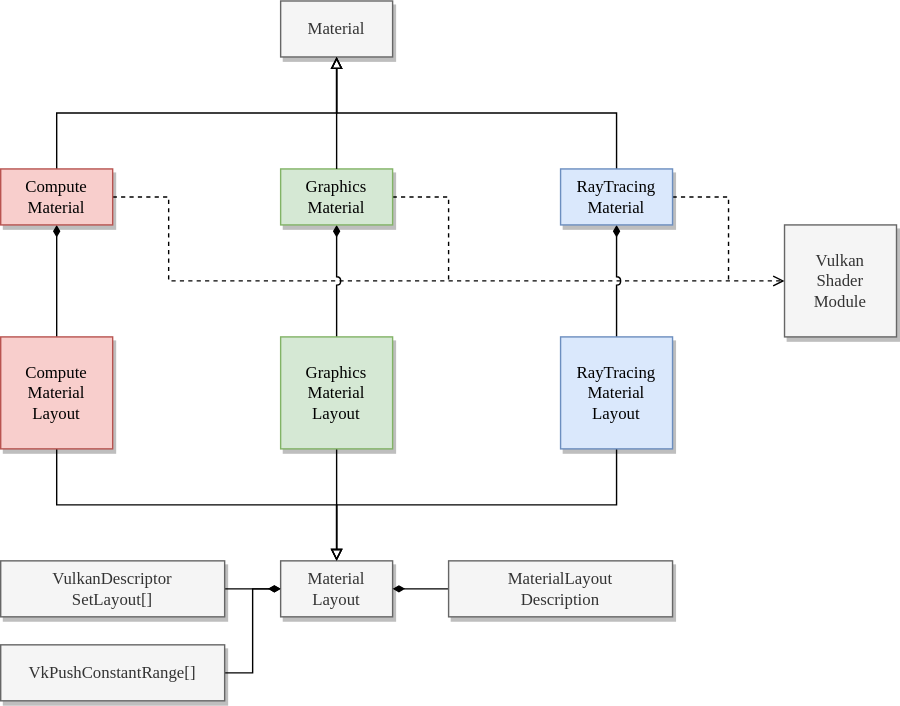
Above: _static/images/material/material_class_diagram.svg in TimZoet/SOL-manual (draw.io), before the change. Source tidied: cells renumbered, new cells last; positions are measured from the earlier drawing's top-left corner, leaving out a move shared by most shapes. Its diagram source:
```xml
<mxGraphModel>
  <root>
    <mxCell id="0" />
    <mxCell id="1" parent="0" />
    <mxCell id="2" value="Material" style="rounded=0;whiteSpace=wrap;html=1;shadow=1;fontFamily=Lucida Console;fillColor=#f5f5f5;fontColor=#333333;strokeColor=#666666;" parent="1" vertex="1">
      <mxGeometry x="200" width="80" height="40" as="geometry" />
    </mxCell>
    <mxCell id="3" style="edgeStyle=orthogonalEdgeStyle;rounded=0;html=1;exitX=0.5;exitY=0;exitDx=0;exitDy=0;endArrow=block;endFill=0;" parent="1" edge="1" source="6" target="2">
      <mxGeometry relative="1" as="geometry" />
    </mxCell>
    <mxCell id="4" style="edgeStyle=orthogonalEdgeStyle;rounded=0;html=1;exitX=0.5;exitY=1;exitDx=0;exitDy=0;entryX=0.5;entryY=0;entryDx=0;entryDy=0;endArrow=none;endFill=0;startArrow=diamondThin;startFill=1;" parent="1" edge="1" source="6" target="15">
      <mxGeometry relative="1" as="geometry" />
    </mxCell>
    <mxCell id="5" style="edgeStyle=orthogonalEdgeStyle;rounded=0;html=1;exitX=1;exitY=0.5;exitDx=0;exitDy=0;entryX=0;entryY=0.5;entryDx=0;entryDy=0;fontFamily=Lucida Console;startArrow=none;startFill=0;endArrow=open;endFill=0;dashed=1;" parent="1" edge="1" source="6" target="25">
      <mxGeometry relative="1" as="geometry">
        <Array as="points">
          <mxPoint x="120" y="140" />
          <mxPoint x="120" y="200" />
        </Array>
      </mxGeometry>
    </mxCell>
    <mxCell id="6" value="Compute&lt;br&gt;Material" style="rounded=0;whiteSpace=wrap;html=1;shadow=1;fontFamily=Lucida Console;fillColor=#f8cecc;strokeColor=#b85450;" parent="1" vertex="1">
      <mxGeometry y="120" width="80" height="40" as="geometry" />
    </mxCell>
    <mxCell id="7" style="edgeStyle=orthogonalEdgeStyle;rounded=0;html=1;exitX=0.5;exitY=0;exitDx=0;exitDy=0;endArrow=block;endFill=0;" parent="1" edge="1" source="10">
      <mxGeometry relative="1" as="geometry">
        <mxPoint x="240" y="40" as="targetPoint" />
      </mxGeometry>
    </mxCell>
    <mxCell id="8" style="edgeStyle=orthogonalEdgeStyle;rounded=0;html=1;exitX=0.5;exitY=1;exitDx=0;exitDy=0;entryX=0.5;entryY=0;entryDx=0;entryDy=0;startArrow=diamondThin;startFill=1;endArrow=none;endFill=0;jumpStyle=arc;" parent="1" edge="1" source="10" target="24">
      <mxGeometry relative="1" as="geometry" />
    </mxCell>
    <mxCell id="9" style="edgeStyle=orthogonalEdgeStyle;rounded=0;jumpStyle=arc;html=1;exitX=1;exitY=0.5;exitDx=0;exitDy=0;dashed=1;fontFamily=Lucida Console;startArrow=none;startFill=0;endArrow=none;endFill=0;" parent="1" edge="1" source="10">
      <mxGeometry relative="1" as="geometry">
        <mxPoint x="520" y="200" as="targetPoint" />
      </mxGeometry>
    </mxCell>
    <mxCell id="10" value="RayTracing&lt;br&gt;Material" style="rounded=0;whiteSpace=wrap;html=1;shadow=1;fontFamily=Lucida Console;fillColor=#dae8fc;strokeColor=#6c8ebf;" parent="1" vertex="1">
      <mxGeometry x="400" y="120" width="80" height="40" as="geometry" />
    </mxCell>
    <mxCell id="11" style="edgeStyle=orthogonalEdgeStyle;rounded=0;jumpStyle=none;html=1;exitX=0.5;exitY=1;exitDx=0;exitDy=0;entryX=0.5;entryY=0;entryDx=0;entryDy=0;fontFamily=Lucida Console;startArrow=none;startFill=0;endArrow=block;endFill=0;" parent="1" edge="1" source="22" target="13">
      <mxGeometry relative="1" as="geometry" />
    </mxCell>
    <mxCell id="12" style="edgeStyle=orthogonalEdgeStyle;rounded=0;jumpStyle=none;html=1;exitX=1;exitY=0.5;exitDx=0;exitDy=0;entryX=0;entryY=0.5;entryDx=0;entryDy=0;fontFamily=Lucida Console;startArrow=none;startFill=0;endArrow=diamondThin;endFill=1;" parent="1" edge="1" source="26" target="13">
      <mxGeometry relative="1" as="geometry" />
    </mxCell>
    <mxCell id="13" value="Material&lt;br&gt;Layout" style="rounded=0;whiteSpace=wrap;html=1;shadow=1;fontFamily=Lucida Console;fillColor=#f5f5f5;fontColor=#333333;strokeColor=#666666;" parent="1" vertex="1">
      <mxGeometry x="200" y="400" width="80" height="40" as="geometry" />
    </mxCell>
    <mxCell id="14" style="edgeStyle=orthogonalEdgeStyle;rounded=0;jumpStyle=none;html=1;exitX=0.5;exitY=1;exitDx=0;exitDy=0;entryX=0.5;entryY=0;entryDx=0;entryDy=0;fontFamily=Lucida Console;startArrow=none;startFill=0;endArrow=block;endFill=0;" parent="1" edge="1" source="15" target="13">
      <mxGeometry relative="1" as="geometry" />
    </mxCell>
    <mxCell id="15" value="Compute&lt;br&gt;Material&lt;br&gt;Layout" style="rounded=0;shadow=1;fontFamily=Lucida Console;fillColor=#f8cecc;strokeColor=#b85450;align=center;html=1;whiteSpace=wrap;" parent="1" vertex="1">
      <mxGeometry y="240" width="80" height="80" as="geometry" />
    </mxCell>
    <mxCell id="16" style="edgeStyle=none;html=1;exitX=0;exitY=0.5;exitDx=0;exitDy=0;entryX=1;entryY=0.5;entryDx=0;entryDy=0;endArrow=diamondThin;endFill=1;" parent="1" edge="1" source="17" target="13">
      <mxGeometry relative="1" as="geometry" />
    </mxCell>
    <mxCell id="17" value="MaterialLayout&lt;br&gt;Description" style="rounded=0;whiteSpace=wrap;html=1;shadow=1;fontFamily=Lucida Console;fillColor=#f5f5f5;fontColor=#333333;strokeColor=#666666;" parent="1" vertex="1">
      <mxGeometry x="320" y="400" width="160" height="40" as="geometry" />
    </mxCell>
    <mxCell id="18" style="edgeStyle=orthogonalEdgeStyle;rounded=0;html=1;exitX=0.5;exitY=1;exitDx=0;exitDy=0;entryX=0.5;entryY=0;entryDx=0;entryDy=0;startArrow=diamondThin;startFill=1;endArrow=none;endFill=0;jumpStyle=arc;" parent="1" edge="1" source="20" target="22">
      <mxGeometry relative="1" as="geometry" />
    </mxCell>
    <mxCell id="19" style="edgeStyle=orthogonalEdgeStyle;rounded=0;jumpStyle=arc;html=1;exitX=1;exitY=0.5;exitDx=0;exitDy=0;dashed=1;fontFamily=Lucida Console;startArrow=none;startFill=0;endArrow=none;endFill=0;" parent="1" edge="1" source="20">
      <mxGeometry relative="1" as="geometry">
        <mxPoint x="320" y="200" as="targetPoint" />
      </mxGeometry>
    </mxCell>
    <mxCell id="20" value="Graphics&lt;br&gt;Material" style="rounded=0;whiteSpace=wrap;html=1;shadow=1;fontFamily=Lucida Console;fillColor=#d5e8d4;strokeColor=#82b366;" parent="1" vertex="1">
      <mxGeometry x="200" y="120" width="80" height="40" as="geometry" />
    </mxCell>
    <mxCell id="21" style="edgeStyle=orthogonalEdgeStyle;rounded=0;html=1;exitX=0.5;exitY=0;exitDx=0;exitDy=0;endArrow=block;endFill=0;entryX=0.5;entryY=1;entryDx=0;entryDy=0;" parent="1" edge="1" source="20" target="2">
      <mxGeometry relative="1" as="geometry" />
    </mxCell>
    <mxCell id="22" value="Graphics&lt;br&gt;Material&lt;br&gt;Layout" style="rounded=0;whiteSpace=wrap;html=1;shadow=1;fontFamily=Lucida Console;fillColor=#d5e8d4;strokeColor=#82b366;verticalAlign=middle;" parent="1" vertex="1">
      <mxGeometry x="200" y="240" width="80" height="80" as="geometry" />
    </mxCell>
    <mxCell id="23" style="edgeStyle=orthogonalEdgeStyle;rounded=0;jumpStyle=none;html=1;exitX=0.5;exitY=1;exitDx=0;exitDy=0;entryX=0.5;entryY=0;entryDx=0;entryDy=0;fontFamily=Lucida Console;startArrow=none;startFill=0;endArrow=block;endFill=0;" parent="1" edge="1" source="24" target="13">
      <mxGeometry relative="1" as="geometry" />
    </mxCell>
    <mxCell id="24" value="RayTracing&lt;br&gt;Material&lt;br&gt;Layout" style="rounded=0;whiteSpace=wrap;html=1;shadow=1;fontFamily=Lucida Console;fillColor=#dae8fc;strokeColor=#6c8ebf;" parent="1" vertex="1">
      <mxGeometry x="400" y="240" width="80" height="80" as="geometry" />
    </mxCell>
    <mxCell id="25" value="Vulkan&lt;br&gt;Shader&lt;br&gt;Module" style="rounded=0;whiteSpace=wrap;html=1;shadow=1;fontFamily=Lucida Console;fillColor=#f5f5f5;fontColor=#333333;strokeColor=#666666;" parent="1" vertex="1">
      <mxGeometry x="560" y="160" width="80" height="80" as="geometry" />
    </mxCell>
    <mxCell id="26" value="VulkanDescriptor&lt;br&gt;SetLayout[]" style="rounded=0;whiteSpace=wrap;html=1;shadow=1;fontFamily=Lucida Console;fillColor=#f5f5f5;fontColor=#333333;strokeColor=#666666;" parent="1" vertex="1">
      <mxGeometry y="400" width="160" height="40" as="geometry" />
    </mxCell>
    <mxCell id="27" style="edgeStyle=orthogonalEdgeStyle;rounded=0;jumpStyle=none;html=1;exitX=1;exitY=0.5;exitDx=0;exitDy=0;entryX=0;entryY=0.5;entryDx=0;entryDy=0;fontFamily=Lucida Console;startArrow=none;startFill=0;endArrow=diamondThin;endFill=1;" parent="1" edge="1" source="28" target="13">
      <mxGeometry relative="1" as="geometry" />
    </mxCell>
    <mxCell id="28" value="VkPushConstantRange[]" style="rounded=0;whiteSpace=wrap;html=1;shadow=1;fontFamily=Lucida Console;fillColor=#f5f5f5;fontColor=#333333;strokeColor=#666666;" parent="1" vertex="1">
      <mxGeometry y="460" width="160" height="40" as="geometry" />
    </mxCell>
  </root>
</mxGraphModel>
```
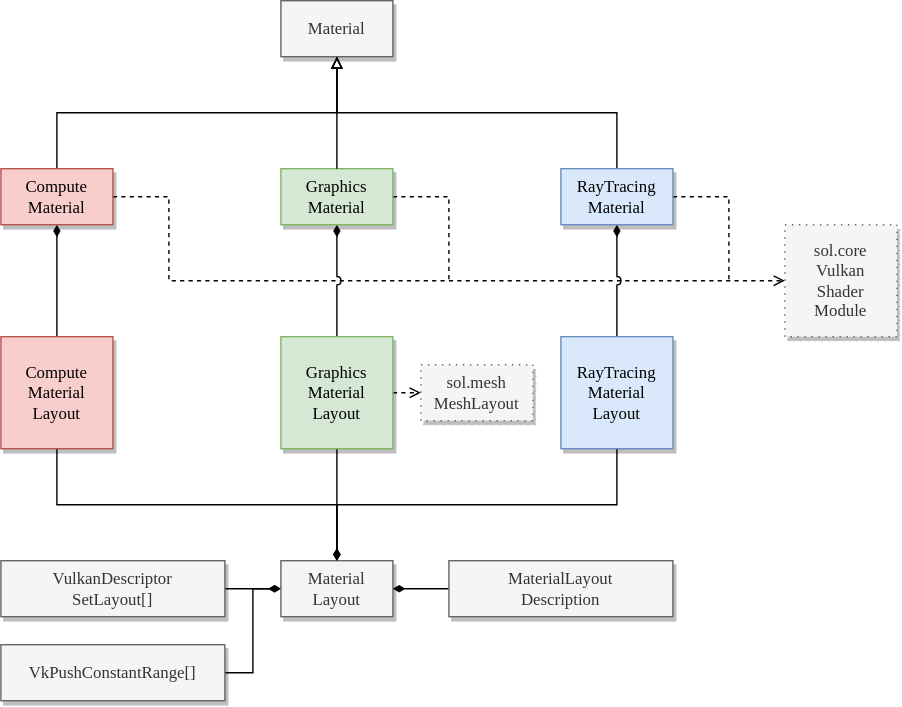
After the commit.

Diff of the diagram source:
```diff
@@ -2,7 +2,7 @@
   <root>
     <mxCell id="0" />
     <mxCell id="1" parent="0" />
-    <mxCell id="2" value="Material" style="rounded=0;whiteSpace=wrap;html=1;shadow=1;fontFamily=Lucida Console;fillColor=#f5f5f5;fontColor=#333333;strokeColor=#666666;" parent="1" vertex="1">
+    <mxCell id="2" value="Material" style="rounded=0;whiteSpace=wrap;html=1;shadow=1;fontFamily=Lucida Console;fillColor=#f5f5f5;strokeColor=#666666;fontColor=#333333;" parent="1" vertex="1">
       <mxGeometry x="200" width="80" height="40" as="geometry" />
     </mxCell>
     <mxCell id="3" style="edgeStyle=orthogonalEdgeStyle;rounded=0;html=1;exitX=0.5;exitY=0;exitDx=0;exitDy=0;endArrow=block;endFill=0;" parent="1" edge="1" source="6" target="2">
@@ -38,7 +38,7 @@
     <mxCell id="10" value="RayTracing&lt;br&gt;Material" style="rounded=0;whiteSpace=wrap;html=1;shadow=1;fontFamily=Lucida Console;fillColor=#dae8fc;strokeColor=#6c8ebf;" parent="1" vertex="1">
       <mxGeometry x="400" y="120" width="80" height="40" as="geometry" />
     </mxCell>
-    <mxCell id="11" style="edgeStyle=orthogonalEdgeStyle;rounded=0;jumpStyle=none;html=1;exitX=0.5;exitY=1;exitDx=0;exitDy=0;entryX=0.5;entryY=0;entryDx=0;entryDy=0;fontFamily=Lucida Console;startArrow=none;startFill=0;endArrow=block;endFill=0;" parent="1" edge="1" source="22" target="13">
+    <mxCell id="11" style="edgeStyle=orthogonalEdgeStyle;rounded=0;jumpStyle=none;html=1;exitX=0.5;exitY=1;exitDx=0;exitDy=0;entryX=0.5;entryY=0;entryDx=0;entryDy=0;fontFamily=Lucida Console;startArrow=none;startFill=0;endArrow=diamondThin;endFill=1;" parent="1" edge="1" source="22" target="13">
       <mxGeometry relative="1" as="geometry" />
     </mxCell>
     <mxCell id="12" style="edgeStyle=orthogonalEdgeStyle;rounded=0;jumpStyle=none;html=1;exitX=1;exitY=0.5;exitDx=0;exitDy=0;entryX=0;entryY=0.5;entryDx=0;entryDy=0;fontFamily=Lucida Console;startArrow=none;startFill=0;endArrow=diamondThin;endFill=1;" parent="1" edge="1" source="26" target="13">
@@ -47,7 +47,7 @@
     <mxCell id="13" value="Material&lt;br&gt;Layout" style="rounded=0;whiteSpace=wrap;html=1;shadow=1;fontFamily=Lucida Console;fillColor=#f5f5f5;fontColor=#333333;strokeColor=#666666;" parent="1" vertex="1">
       <mxGeometry x="200" y="400" width="80" height="40" as="geometry" />
     </mxCell>
-    <mxCell id="14" style="edgeStyle=orthogonalEdgeStyle;rounded=0;jumpStyle=none;html=1;exitX=0.5;exitY=1;exitDx=0;exitDy=0;entryX=0.5;entryY=0;entryDx=0;entryDy=0;fontFamily=Lucida Console;startArrow=none;startFill=0;endArrow=block;endFill=0;" parent="1" edge="1" source="15" target="13">
+    <mxCell id="14" style="edgeStyle=orthogonalEdgeStyle;rounded=0;jumpStyle=none;html=1;exitX=0.5;exitY=1;exitDx=0;exitDy=0;entryX=0.5;entryY=0;entryDx=0;entryDy=0;fontFamily=Lucida Console;startArrow=none;startFill=0;endArrow=diamondThin;endFill=1;" parent="1" edge="1" source="15" target="13">
       <mxGeometry relative="1" as="geometry" />
     </mxCell>
     <mxCell id="15" value="Compute&lt;br&gt;Material&lt;br&gt;Layout" style="rounded=0;shadow=1;fontFamily=Lucida Console;fillColor=#f8cecc;strokeColor=#b85450;align=center;html=1;whiteSpace=wrap;" parent="1" vertex="1">
@@ -73,16 +73,19 @@
     <mxCell id="21" style="edgeStyle=orthogonalEdgeStyle;rounded=0;html=1;exitX=0.5;exitY=0;exitDx=0;exitDy=0;endArrow=block;endFill=0;entryX=0.5;entryY=1;entryDx=0;entryDy=0;" parent="1" edge="1" source="20" target="2">
       <mxGeometry relative="1" as="geometry" />
     </mxCell>
+    <mxCell id="29" style="edgeStyle=none;html=1;exitX=1;exitY=0.5;exitDx=0;exitDy=0;entryX=0;entryY=0.5;entryDx=0;entryDy=0;dashed=1;endArrow=open;endFill=0;" parent="1" edge="1" source="22" target="30">
+      <mxGeometry relative="1" as="geometry" />
+    </mxCell>
     <mxCell id="22" value="Graphics&lt;br&gt;Material&lt;br&gt;Layout" style="rounded=0;whiteSpace=wrap;html=1;shadow=1;fontFamily=Lucida Console;fillColor=#d5e8d4;strokeColor=#82b366;verticalAlign=middle;" parent="1" vertex="1">
       <mxGeometry x="200" y="240" width="80" height="80" as="geometry" />
     </mxCell>
-    <mxCell id="23" style="edgeStyle=orthogonalEdgeStyle;rounded=0;jumpStyle=none;html=1;exitX=0.5;exitY=1;exitDx=0;exitDy=0;entryX=0.5;entryY=0;entryDx=0;entryDy=0;fontFamily=Lucida Console;startArrow=none;startFill=0;endArrow=block;endFill=0;" parent="1" edge="1" source="24" target="13">
+    <mxCell id="23" style="edgeStyle=orthogonalEdgeStyle;rounded=0;jumpStyle=none;html=1;exitX=0.5;exitY=1;exitDx=0;exitDy=0;entryX=0.5;entryY=0;entryDx=0;entryDy=0;fontFamily=Lucida Console;startArrow=none;startFill=0;endArrow=diamondThin;endFill=1;" parent="1" edge="1" source="24" target="13">
       <mxGeometry relative="1" as="geometry" />
     </mxCell>
     <mxCell id="24" value="RayTracing&lt;br&gt;Material&lt;br&gt;Layout" style="rounded=0;whiteSpace=wrap;html=1;shadow=1;fontFamily=Lucida Console;fillColor=#dae8fc;strokeColor=#6c8ebf;" parent="1" vertex="1">
       <mxGeometry x="400" y="240" width="80" height="80" as="geometry" />
     </mxCell>
-    <mxCell id="25" value="Vulkan&lt;br&gt;Shader&lt;br&gt;Module" style="rounded=0;whiteSpace=wrap;html=1;shadow=1;fontFamily=Lucida Console;fillColor=#f5f5f5;fontColor=#333333;strokeColor=#666666;" parent="1" vertex="1">
+    <mxCell id="25" value="sol.core&lt;br&gt;Vulkan&lt;br&gt;Shader&lt;br&gt;Module" style="rounded=0;whiteSpace=wrap;html=1;shadow=1;fontFamily=Lucida Console;fillColor=#f5f5f5;fontColor=#333333;strokeColor=#666666;dashed=1;dashPattern=1 4;" parent="1" vertex="1">
       <mxGeometry x="560" y="160" width="80" height="80" as="geometry" />
     </mxCell>
     <mxCell id="26" value="VulkanDescriptor&lt;br&gt;SetLayout[]" style="rounded=0;whiteSpace=wrap;html=1;shadow=1;fontFamily=Lucida Console;fillColor=#f5f5f5;fontColor=#333333;strokeColor=#666666;" parent="1" vertex="1">
@@ -94,5 +97,8 @@
     <mxCell id="28" value="VkPushConstantRange[]" style="rounded=0;whiteSpace=wrap;html=1;shadow=1;fontFamily=Lucida Console;fillColor=#f5f5f5;fontColor=#333333;strokeColor=#666666;" parent="1" vertex="1">
       <mxGeometry y="460" width="160" height="40" as="geometry" />
     </mxCell>
+    <mxCell id="30" value="sol.mesh&lt;br&gt;MeshLayout" style="rounded=0;whiteSpace=wrap;html=1;shadow=1;fontFamily=Lucida Console;fillColor=#f5f5f5;fontColor=#333333;strokeColor=#666666;dashed=1;dashPattern=1 4;" parent="1" vertex="1">
+      <mxGeometry x="300" y="260" width="80" height="40" as="geometry" />
+    </mxCell>
   </root>
 </mxGraphModel>
```
